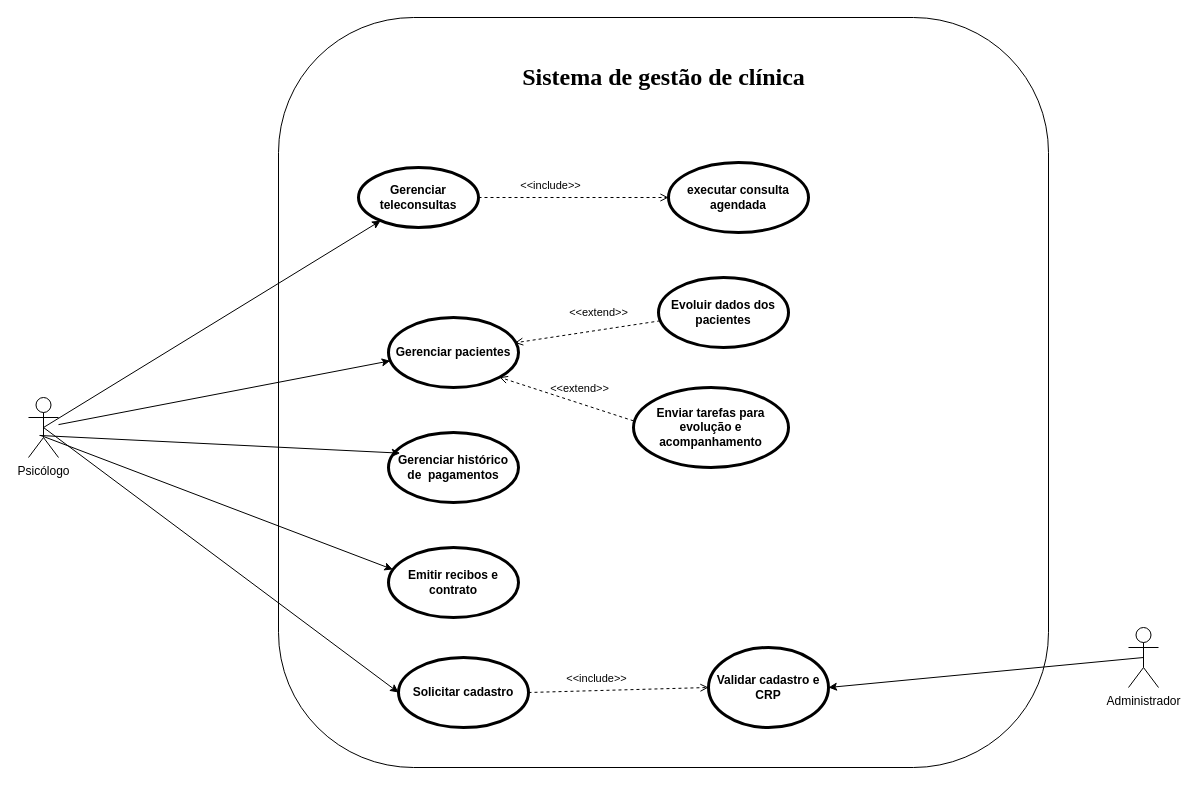
This is casos_de_uso.drawio from Melancia-Salgada/Documentos, a draw.io file, before an edit. Source tidied: cells renumbered, new cells numbered last; positions are measured from the earlier drawing's top-left corner, leaving out a move shared by most shapes. Both pictures are drawn from the tidied source at 100%, with x=0, y=0 at pixel (28, 17).
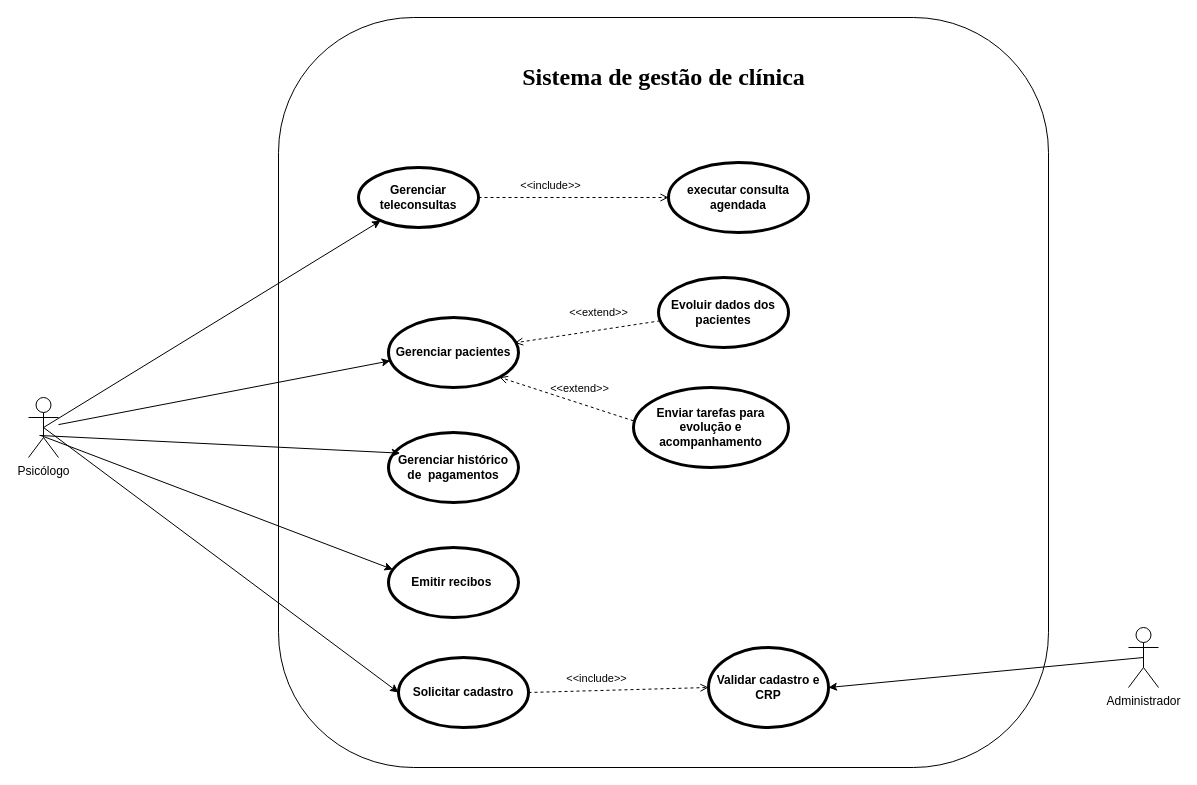
After the change.

Change to the diagram source:
```diff
@@
-    <mxCell id="9" value="Emitir recibos e contrato" style="shape=ellipse;html=1;strokeWidth=3;fontStyle=1;whiteSpace=wrap;align=center;perimeter=ellipsePerimeter;" parent="1" vertex="1">
+    <mxCell id="9" value="Emitir recibos&amp;nbsp;" style="shape=ellipse;html=1;strokeWidth=3;fontStyle=1;whiteSpace=wrap;align=center;perimeter=ellipsePerimeter;" parent="1" vertex="1">
       <mxGeometry x="360" y="530" width="130" height="70" as="geometry" />
     </mxCell>
```
